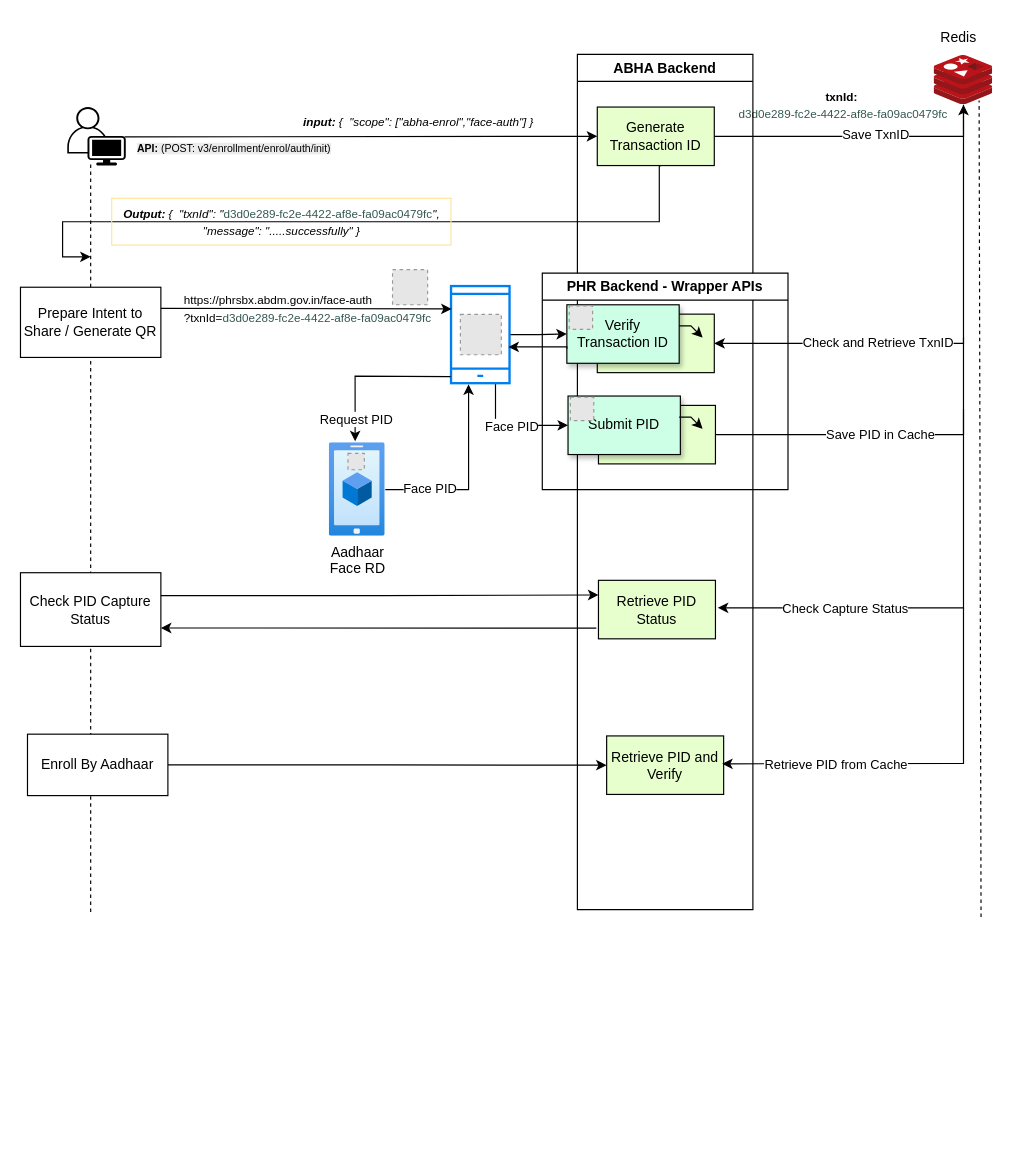
This is Face_auth_without_pid_workflow.drawio from maddy23285/policies, a draw.io file, before an edit. Source tidied: cells renumbered, new cells numbered last; positions are measured from the earlier drawing's top-left corner, leaving out a move shared by most shapes. Both pictures are drawn from the tidied source at 117%, with x=0, y=0 at pixel (20, 20). Pictures stored in the file or linked from it are replaced by grey dashed boxes.
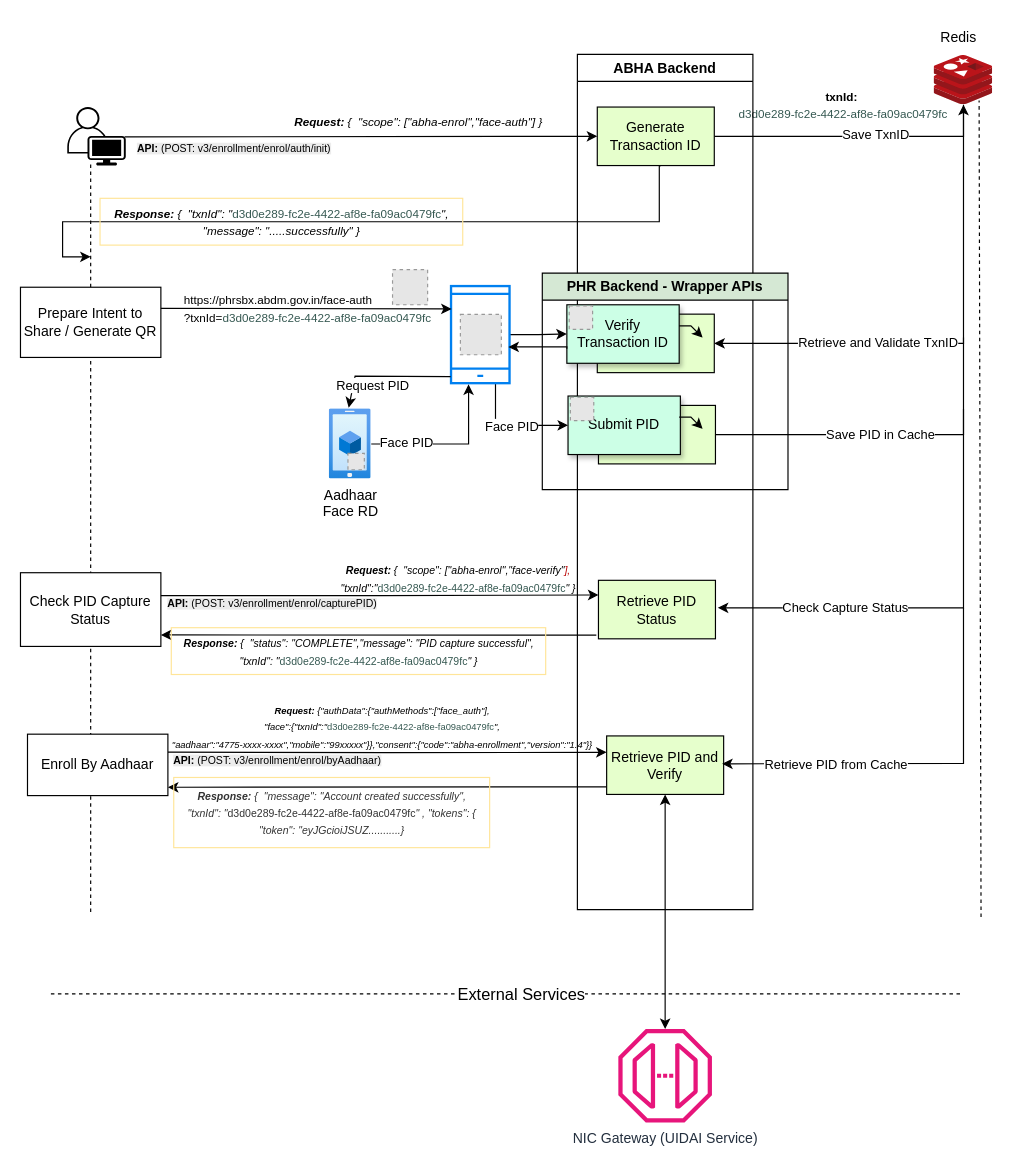
After the change.

The change refers to these unchanged cells:
```xml
<mxCell id="11" style="edgeStyle=orthogonalEdgeStyle;rounded=0;jettySize=auto;html=1;entryX=1;entryY=0.5;entryDx=0;entryDy=0;" parent="1" edge="1" source="13" target="29">
  <mxGeometry relative="1" as="geometry">
    <Array as="points">
      <mxPoint x="806" y="276" />
    </Array>
  </mxGeometry>
</mxCell>
<mxCell id="26" value="Retrieve PID Status" style="rounded=0;whiteSpace=wrap;html=1;fillColor=#E6FFCC;" parent="25" vertex="1">
  <mxGeometry x="18" y="449.5" width="100" height="50" as="geometry" />
</mxCell>
<mxCell id="27" value="Retrieve PID and Verify" style="rounded=0;whiteSpace=wrap;html=1;fillColor=#E6FFCC;" parent="25" vertex="1">
  <mxGeometry x="25" y="582.5" width="100" height="50" as="geometry" />
</mxCell>
<mxCell id="41" style="endArrow=classic;html=1;rounded=0;entryX=0.461;entryY=-0.017;entryDx=0;entryDy=0;entryPerimeter=0;exitX=-0.007;exitY=0.932;exitDx=0;exitDy=0;exitPerimeter=0;" parent="1" edge="1" source="21" target="38">
  <mxGeometry relative="1" as="geometry">
    <Array as="points">
      <mxPoint x="286" y="304" />
    </Array>
  </mxGeometry>
</mxCell>
<mxCell id="49" value="Check PID Capture Status" style="rounded=0;whiteSpace=wrap;html=1;" parent="1" vertex="1">
  <mxGeometry y="472" width="120" height="63" as="geometry" />
</mxCell>
<mxCell id="50" style="endArrow=classic;html=1;rounded=0;" parent="1" edge="1">
  <mxGeometry relative="1" as="geometry">
    <mxPoint x="806" y="332" as="sourcePoint" />
    <mxPoint x="596" y="502" as="targetPoint" />
    <Array as="points">
      <mxPoint x="806" y="502" />
    </Array>
  </mxGeometry>
</mxCell>
<mxCell id="56" value="Enroll By Aadhaar" style="rounded=0;whiteSpace=wrap;html=1;" parent="1" vertex="1">
  <mxGeometry x="6" y="610" width="120" height="52.5" as="geometry" />
</mxCell>
```

What changed in the source:
```diff
@@
-    <mxCell id="9" value="&lt;div&gt;&lt;i&gt;&lt;font size=&quot;1&quot;&gt;&lt;b&gt;input:&lt;/b&gt; {&amp;nbsp;&amp;nbsp;&lt;/font&gt;&lt;span style=&quot;font-size: x-small; background-color: transparent; color: light-dark(rgb(0, 0, 0), rgb(255, 255, 255));&quot;&gt;&quot;scope&quot;: [&lt;/span&gt;&lt;span style=&quot;font-size: x-small; background-color: transparent; color: light-dark(rgb(0, 0, 0), rgb(255, 255, 255));&quot;&gt;&quot;abha-enrol&quot;,&lt;/span&gt;&lt;span style=&quot;font-size: x-small; background-color: transparent; color: light-dark(rgb(0, 0, 0), rgb(255, 255, 255));&quot;&gt;&quot;face-auth&quot;&lt;/span&gt;&lt;span style=&quot;font-size: x-small; background-color: transparent; color: light-dark(rgb(0, 0, 0), rgb(255, 255, 255));&quot;&gt;]&amp;nbsp;&lt;/span&gt;&lt;span style=&quot;font-size: x-small; background-color: transparent; color: light-dark(rgb(0, 0, 0), rgb(255, 255, 255));&quot;&gt;}&lt;/span&gt;&lt;/i&gt;&lt;/div&gt;" style="text;html=1;align=center;verticalAlign=middle;strokeColor=none;fillColor=none;" parent="1" vertex="1">
-      <mxGeometry x="230" y="72" width="220" height="30" as="geometry" />
+    <mxCell id="9" value="&lt;div&gt;&lt;i&gt;&lt;font size=&quot;1&quot;&gt;&lt;b&gt;Request:&lt;/b&gt; {&amp;nbsp;&amp;nbsp;&lt;/font&gt;&lt;span style=&quot;font-size: x-small; background-color: transparent; color: light-dark(rgb(0, 0, 0), rgb(255, 255, 255));&quot;&gt;&quot;scope&quot;: [&lt;/span&gt;&lt;span style=&quot;font-size: x-small; background-color: transparent; color: light-dark(rgb(0, 0, 0), rgb(255, 255, 255));&quot;&gt;&quot;abha-enrol&quot;,&lt;/span&gt;&lt;span style=&quot;font-size: x-small; background-color: transparent; color: light-dark(rgb(0, 0, 0), rgb(255, 255, 255));&quot;&gt;&quot;face-auth&quot;&lt;/span&gt;&lt;span style=&quot;font-size: x-small; background-color: transparent; color: light-dark(rgb(0, 0, 0), rgb(255, 255, 255));&quot;&gt;]&amp;nbsp;&lt;/span&gt;&lt;span style=&quot;font-size: x-small; background-color: transparent; color: light-dark(rgb(0, 0, 0), rgb(255, 255, 255));&quot;&gt;}&lt;/span&gt;&lt;/i&gt;&lt;/div&gt;" style="text;html=1;align=center;verticalAlign=middle;strokeColor=none;fillColor=none;" parent="1" vertex="1">
+      <mxGeometry x="220" y="72" width="240" height="30" as="geometry" />
     </mxCell>
@@
-    <mxCell id="12" value="Check and Retrieve TxnID" style="edgeLabel;html=1;align=center;verticalAlign=middle;" parent="11" vertex="1">
+    <mxCell id="12" value="Retrieve and Validate TxnID" style="edgeLabel;html=1;align=center;verticalAlign=middle;" parent="11" vertex="1">
       <mxGeometry x="0.52" y="-1" relative="1" as="geometry">
         <mxPoint x="39" as="offset" />
       </mxGeometry>
     </mxCell>
@@
-    <mxCell id="28" value="PHR Backend - Wrapper APIs" style="swimlane;whiteSpace=wrap;html=1;" parent="1" vertex="1">
+    <mxCell id="28" value="PHR Backend - Wrapper APIs" style="swimlane;whiteSpace=wrap;html=1;fillColor=#D5E8D4;" parent="1" vertex="1">
       <mxGeometry x="446" y="216" width="210" height="185" as="geometry" />
     </mxCell>
@@
     <mxCell id="38" value="Aadhaar &lt;br&gt;Face RD" style="image;html=1;points=[];align=center;fontSize=12;image=img/lib/azure2/general/Mobile.svg;" parent="1" vertex="1">
-      <mxGeometry x="264" y="361" width="47.8" height="80" as="geometry" />
+      <mxGeometry x="264" y="332" width="35.8" height="60" as="geometry" />
     </mxCell>
@@
     <mxCell id="42" value="Request PID" style="edgeLabel;html=1;align=center;verticalAlign=middle;" parent="41" vertex="1">
       <mxGeometry x="0.01" y="5" relative="1" as="geometry">
-        <mxPoint x="-12" y="31" as="offset" />
+        <mxPoint x="-12" y="2" as="offset" />
       </mxGeometry>
     </mxCell>
@@
-    <mxCell id="47" value="&lt;div&gt;&lt;i&gt;&lt;font size=&quot;1&quot;&gt;&lt;b&gt;Output:&lt;/b&gt; {&amp;nbsp;&amp;nbsp;&lt;/font&gt;&lt;span style=&quot;font-size: x-small; background-color: transparent; color: light-dark(rgb(0, 0, 0), rgb(255, 255, 255));&quot;&gt;&quot;txnId&quot;: &lt;/span&gt;&lt;span style=&quot;font-size: x-small; background-color: transparent; color: light-dark(rgb(0, 0, 0), rgb(255, 255, 255));&quot;&gt;&quot;&lt;/span&gt;&lt;/i&gt;&lt;span style=&quot;font-size: x-small; background-color: transparent;&quot;&gt;&lt;font style=&quot;color: light-dark(rgb(53, 88, 81), rgb(255, 255, 255));&quot;&gt;d3d0e289-fc2e-4422-af8e-fa09ac0479fc&lt;/font&gt;&lt;/span&gt;&lt;i style=&quot;background-color: transparent; color: light-dark(rgb(0, 0, 0), rgb(255, 255, 255));&quot;&gt;&lt;span style=&quot;font-size: x-small; background-color: transparent; color: light-dark(rgb(0, 0, 0), rgb(255, 255, 255));&quot;&gt;&quot;,&lt;br&gt;&lt;/span&gt;&lt;span style=&quot;font-size: x-small; background-color: transparent; color: light-dark(rgb(0, 0, 0), rgb(255, 255, 255));&quot;&gt;&quot;message&quot;: &quot;.....successfully&quot;&lt;/span&gt;&lt;span style=&quot;font-size: x-small; background-color: transparent; color: light-dark(rgb(0, 0, 0), rgb(255, 255, 255));&quot;&gt;&amp;nbsp;&lt;/span&gt;&lt;span style=&quot;font-size: x-small; background-color: transparent; color: light-dark(rgb(0, 0, 0), rgb(255, 255, 255));&quot;&gt;}&lt;/span&gt;&lt;/i&gt;&lt;/div&gt;" style="text;html=1;align=center;verticalAlign=middle;strokeColor=#FFE599;fillColor=none;" parent="1" vertex="1">
-      <mxGeometry x="78" y="152" width="290" height="40" as="geometry" />
+    <mxCell id="47" value="&lt;div&gt;&lt;i&gt;&lt;font size=&quot;1&quot;&gt;&lt;b&gt;Response:&lt;/b&gt; {&amp;nbsp;&amp;nbsp;&lt;/font&gt;&lt;span style=&quot;font-size: x-small; background-color: transparent; color: light-dark(rgb(0, 0, 0), rgb(255, 255, 255));&quot;&gt;&quot;txnId&quot;: &lt;/span&gt;&lt;span style=&quot;font-size: x-small; background-color: transparent; color: light-dark(rgb(0, 0, 0), rgb(255, 255, 255));&quot;&gt;&quot;&lt;/span&gt;&lt;/i&gt;&lt;span style=&quot;font-size: x-small; background-color: transparent;&quot;&gt;&lt;font style=&quot;color: light-dark(rgb(53, 88, 81), rgb(255, 255, 255));&quot;&gt;d3d0e289-fc2e-4422-af8e-fa09ac0479fc&lt;/font&gt;&lt;/span&gt;&lt;i style=&quot;background-color: transparent; color: light-dark(rgb(0, 0, 0), rgb(255, 255, 255));&quot;&gt;&lt;span style=&quot;font-size: x-small; background-color: transparent; color: light-dark(rgb(0, 0, 0), rgb(255, 255, 255));&quot;&gt;&quot;,&lt;br&gt;&lt;/span&gt;&lt;span style=&quot;font-size: x-small; background-color: transparent; color: light-dark(rgb(0, 0, 0), rgb(255, 255, 255));&quot;&gt;&quot;message&quot;: &quot;.....successfully&quot;&lt;/span&gt;&lt;span style=&quot;font-size: x-small; background-color: transparent; color: light-dark(rgb(0, 0, 0), rgb(255, 255, 255));&quot;&gt;&amp;nbsp;&lt;/span&gt;&lt;span style=&quot;font-size: x-small; background-color: transparent; color: light-dark(rgb(0, 0, 0), rgb(255, 255, 255));&quot;&gt;}&lt;/span&gt;&lt;/i&gt;&lt;/div&gt;" style="text;html=1;align=center;verticalAlign=middle;strokeColor=#FFE599;fillColor=none;" parent="1" vertex="1">
+      <mxGeometry x="68" y="152" width="310" height="40" as="geometry" />
     </mxCell>
@@
     <mxCell id="51" value="Check Capture Status" style="edgeLabel;html=1;align=center;verticalAlign=middle;" parent="50" vertex="1">
-      <mxGeometry x="0.43" relative="1" as="geometry" />
+      <mxGeometry x="0.43" relative="1" as="geometry">
+        <mxPoint y="-1" as="offset" />
+      </mxGeometry>
     </mxCell>
-    <mxCell id="52" style="endArrow=classic;html=1;rounded=0;entryX=1;entryY=0.75;entryDx=0;entryDy=0;exitX=-0.018;exitY=0.817;exitDx=0;exitDy=0;exitPerimeter=0;" parent="1" edge="1" source="26" target="49">
-      <mxGeometry relative="1" as="geometry" />
+    <mxCell id="52" style="endArrow=classic;html=1;rounded=0;entryX=1;entryY=0.75;entryDx=0;entryDy=0;exitX=-0.018;exitY=0.817;exitDx=0;exitDy=0;exitPerimeter=0;" parent="1" edge="1">
+      <mxGeometry relative="1" as="geometry">
+        <mxPoint x="492.2" y="525.4" as="sourcePoint" />
+        <mxPoint x="120" y="525.2" as="targetPoint" />
+      </mxGeometry>
     </mxCell>
@@
-    <mxCell id="55" style="edgeStyle=orthogonalEdgeStyle;rounded=0;jettySize=auto;html=1;entryX=0;entryY=0.5;entryDx=0;entryDy=0;" parent="1" edge="1" source="56" target="27">
-      <mxGeometry relative="1" as="geometry" />
+    <mxCell id="55" style="edgeStyle=orthogonalEdgeStyle;rounded=0;orthogonalLoop=1;jettySize=auto;html=1;entryX=0;entryY=0.5;entryDx=0;entryDy=0;" parent="1" edge="1">
+      <mxGeometry relative="1" as="geometry">
+        <mxPoint x="126" y="625.3" as="sourcePoint" />
+        <mxPoint x="501" y="625.5" as="targetPoint" />
+      </mxGeometry>
     </mxCell>
@@
+    <mxCell id="57" style="endArrow=none;dashed=1;html=1;rounded=0;" parent="1" edge="1">
+      <mxGeometry relative="1" as="geometry">
+        <mxPoint x="26" y="832" as="sourcePoint" />
+        <mxPoint x="806" y="832" as="targetPoint" />
+      </mxGeometry>
+    </mxCell>
+    <mxCell id="58" value="&lt;font style=&quot;font-size: 14px;&quot;&gt;External Services&lt;/font&gt;" style="edgeLabel;html=1;align=center;verticalAlign=middle;" parent="57" vertex="1">
+      <mxGeometry x="0.03" y="-1" relative="1" as="geometry">
+        <mxPoint y="-1" as="offset" />
+      </mxGeometry>
+    </mxCell>
+    <mxCell id="59" value="NIC Gateway (UIDAI Service)" style="sketch=0;outlineConnect=0;fontColor=#232F3E;gradientColor=none;fillColor=#E7157B;strokeColor=none;dashed=0;verticalLabelPosition=bottom;verticalAlign=top;align=center;html=1;fontSize=12;fontStyle=0;shape=mxgraph.aws4.endpoint;" parent="1" vertex="1">
+      <mxGeometry x="511" y="862" width="80" height="80" as="geometry" />
+    </mxCell>
+    <mxCell id="60" style="endArrow=classic;startArrow=classic;html=1;rounded=0;entryX=0.5;entryY=1;entryDx=0;entryDy=0;" parent="1" edge="1" source="59" target="27">
+      <mxGeometry relative="1" as="geometry" />
+    </mxCell>
+    <mxCell id="61" style="endArrow=classic;html=1;rounded=0;entryX=1;entryY=0.75;entryDx=0;entryDy=0;exitX=0;exitY=0.75;exitDx=0;exitDy=0;" parent="1" edge="1">
+      <mxGeometry relative="1" as="geometry">
+        <mxPoint x="501" y="655" as="sourcePoint" />
+        <mxPoint x="126" y="655.4" as="targetPoint" />
+      </mxGeometry>
+    </mxCell>
+    <mxCell id="62" value="&lt;span style=&quot;color: rgb(0, 0, 0); font-family: Helvetica; font-size: 9px; font-style: normal; font-variant-ligatures: normal; font-variant-caps: normal; letter-spacing: normal; orphans: 2; text-align: center; text-indent: 0px; text-transform: none; widows: 2; word-spacing: 0px; -webkit-text-stroke-width: 0px; white-space: nowrap; background-color: rgb(236, 236, 236); text-decoration-thickness: initial; text-decoration-style: initial; text-decoration-color: initial; float: none; display: inline !important;&quot;&gt;&lt;b&gt;API:&lt;/b&gt;&lt;/span&gt;&lt;span style=&quot;color: rgb(0, 0, 0); font-family: Helvetica; font-size: 9px; font-style: normal; font-variant-ligatures: normal; font-variant-caps: normal; font-weight: 400; letter-spacing: normal; orphans: 2; text-align: center; text-indent: 0px; text-transform: none; widows: 2; word-spacing: 0px; -webkit-text-stroke-width: 0px; white-space: nowrap; background-color: rgb(236, 236, 236); text-decoration-thickness: initial; text-decoration-style: initial; text-decoration-color: initial; float: none; display: inline !important;&quot;&gt; (POST: v3/enrollment/enrol/capturePID)&lt;/span&gt;" style="text;whiteSpace=wrap;html=1;" parent="1" vertex="1">
+      <mxGeometry x="124" y="484" width="151" height="24" as="geometry" />
+    </mxCell>
+    <mxCell id="63" value="&lt;div&gt;&lt;font style=&quot;font-size: 9px;&quot;&gt;&lt;i style=&quot;&quot;&gt;&lt;b style=&quot;&quot;&gt;Request:&lt;/b&gt; {&amp;nbsp;&amp;nbsp;&lt;span style=&quot;background-color: transparent; color: light-dark(rgb(0, 0, 0), rgb(255, 255, 255));&quot;&gt;&quot;scope&quot;: [&lt;/span&gt;&lt;span style=&quot;background-color: transparent; color: light-dark(rgb(0, 0, 0), rgb(255, 255, 255));&quot;&gt;&quot;abha-enrol&quot;,&lt;/span&gt;&lt;span style=&quot;background-color: transparent; color: light-dark(rgb(0, 0, 0), rgb(255, 255, 255));&quot;&gt;&quot;face-verify&quot;&lt;/span&gt;&lt;span style=&quot;background-color: transparent;&quot;&gt;&lt;font color=&quot;rgba(0, 0, 0, 0)&quot;&gt;],&lt;/font&gt;&lt;br&gt;&quot;txnId&quot;:&quot;&lt;/span&gt;&lt;/i&gt;&lt;span style=&quot;color: rgb(53, 88, 81); text-align: left; background-color: transparent;&quot;&gt;d3d0e289-fc2e-4422-af8e-fa09ac0479fc&lt;/span&gt;&lt;i style=&quot;background-color: transparent; color: light-dark(rgb(0, 0, 0), rgb(255, 255, 255));&quot;&gt;&lt;span style=&quot;background-color: transparent;&quot;&gt;&quot;&amp;nbsp;&lt;/span&gt;&lt;span style=&quot;background-color: transparent; color: light-dark(rgb(0, 0, 0), rgb(255, 255, 255));&quot;&gt;}&lt;/span&gt;&lt;/i&gt;&lt;/font&gt;&lt;/div&gt;" style="text;html=1;align=center;verticalAlign=middle;strokeColor=none;fillColor=none;" parent="1" vertex="1">
+      <mxGeometry x="264" y="457" width="220" height="40" as="geometry" />
+    </mxCell>
+    <mxCell id="64" value="&lt;div&gt;&lt;font style=&quot;font-size: 9px;&quot;&gt;&lt;i&gt;&lt;b style=&quot;&quot;&gt;Response:&lt;/b&gt; {&amp;nbsp;&amp;nbsp;&lt;/i&gt;&lt;/font&gt;&lt;i style=&quot;background-color: transparent; color: light-dark(rgb(0, 0, 0), rgb(255, 255, 255)); font-size: 9px;&quot;&gt;&lt;span style=&quot;background-color: transparent; color: light-dark(rgb(0, 0, 0), rgb(255, 255, 255));&quot;&gt;&quot;status&quot;:&amp;nbsp;&lt;/span&gt;&lt;span style=&quot;background-color: transparent; color: light-dark(rgb(0, 0, 0), rgb(255, 255, 255));&quot;&gt;&quot;&lt;/span&gt;&lt;/i&gt;&lt;i style=&quot;color: light-dark(rgb(0, 0, 0), rgb(255, 255, 255)); background-color: transparent; font-size: 9px;&quot;&gt;COMPLETE&lt;/i&gt;&lt;i style=&quot;background-color: transparent; color: light-dark(rgb(0, 0, 0), rgb(255, 255, 255)); font-size: 9px;&quot;&gt;&quot;,&lt;/i&gt;&lt;i style=&quot;background-color: transparent; color: light-dark(rgb(0, 0, 0), rgb(255, 255, 255)); font-size: 9px;&quot;&gt;&quot;message&quot;: &quot;PID capture successful&quot;,&lt;br&gt;&lt;/i&gt;&lt;i style=&quot;background-color: transparent; color: light-dark(rgb(0, 0, 0), rgb(255, 255, 255)); font-size: 9px;&quot;&gt;&lt;span style=&quot;background-color: transparent; color: light-dark(rgb(0, 0, 0), rgb(255, 255, 255));&quot;&gt;&quot;txnId&quot;: &lt;/span&gt;&lt;span style=&quot;background-color: transparent; color: light-dark(rgb(0, 0, 0), rgb(255, 255, 255));&quot;&gt;&quot;&lt;/span&gt;&lt;/i&gt;&lt;span style=&quot;background-color: transparent; color: light-dark(rgb(0, 0, 0), rgb(255, 255, 255)); font-size: 9px;&quot;&gt;&lt;font style=&quot;color: light-dark(rgb(53, 88, 81), rgb(255, 255, 255));&quot;&gt;d3d0e289-fc2e-4422-af8e-fa09ac0479fc&lt;/font&gt;&lt;/span&gt;&lt;i style=&quot;background-color: transparent; color: light-dark(rgb(0, 0, 0), rgb(255, 255, 255)); font-size: 9px;&quot;&gt;&lt;span style=&quot;background-color: transparent; color: light-dark(rgb(0, 0, 0), rgb(255, 255, 255));&quot;&gt;&quot;&lt;/span&gt;&lt;/i&gt;&lt;i style=&quot;font-size: 9px; background-color: transparent; color: light-dark(rgb(0, 0, 0), rgb(255, 255, 255));&quot;&gt;&lt;span style=&quot;background-color: transparent; color: light-dark(rgb(0, 0, 0), rgb(255, 255, 255));&quot;&gt;&amp;nbsp;&lt;/span&gt;&lt;span style=&quot;background-color: transparent; color: light-dark(rgb(0, 0, 0), rgb(255, 255, 255));&quot;&gt;}&lt;/span&gt;&lt;/i&gt;&lt;/div&gt;" style="text;html=1;align=center;verticalAlign=middle;strokeColor=#FFE599;fillColor=none;" parent="1" vertex="1">
+      <mxGeometry x="128.9" y="519" width="320" height="40" as="geometry" />
+    </mxCell>
+    <mxCell id="65" value="&lt;div&gt;&lt;font style=&quot;font-size: 8px;&quot;&gt;&lt;font style=&quot;&quot;&gt;&lt;i style=&quot;&quot;&gt;&lt;b style=&quot;&quot;&gt;Request:&lt;/b&gt;&amp;nbsp;&lt;/i&gt;&lt;/font&gt;&lt;span style=&quot;background-color: transparent;&quot;&gt;&lt;i style=&quot;&quot;&gt;{&quot;authData&quot;:{&quot;authMethods&quot;:[&quot;face_auth&quot;],&lt;br&gt;&quot;face&quot;:{&quot;txnId&quot;:&quot;&lt;/i&gt;&lt;/span&gt;&lt;span style=&quot;color: rgb(53, 88, 81);&quot;&gt;d3d0e289-fc2e-4422-af8e-fa09ac0479fc&lt;/span&gt;&lt;span style=&quot;background-color: transparent;&quot;&gt;&lt;i style=&quot;&quot;&gt;&quot;,&lt;br&gt;&quot;aadhaar&quot;:&quot;4775-xxxx-xxxx&quot;,&quot;mobile&quot;:&quot;99xxxxx&quot;}},&quot;consent&quot;:{&quot;code&quot;:&quot;abha-enrollment&quot;,&quot;version&quot;:&quot;1.4&quot;}}&lt;/i&gt;&lt;/span&gt;&lt;/font&gt;&lt;/div&gt;" style="text;html=1;align=center;verticalAlign=middle;strokeColor=none;fillColor=none;" parent="1" vertex="1">
+      <mxGeometry x="119" y="573" width="380" height="60" as="geometry" />
+    </mxCell>
+    <mxCell id="66" value="&lt;span style=&quot;color: rgb(0, 0, 0); font-family: Helvetica; font-size: 9px; font-style: normal; font-variant-ligatures: normal; font-variant-caps: normal; letter-spacing: normal; orphans: 2; text-align: center; text-indent: 0px; text-transform: none; widows: 2; word-spacing: 0px; -webkit-text-stroke-width: 0px; white-space: nowrap; background-color: rgb(236, 236, 236); text-decoration-thickness: initial; text-decoration-style: initial; text-decoration-color: initial; float: none; display: inline !important;&quot;&gt;&lt;b&gt;API:&lt;/b&gt;&lt;/span&gt;&lt;span style=&quot;color: rgb(0, 0, 0); font-family: Helvetica; font-size: 9px; font-style: normal; font-variant-ligatures: normal; font-variant-caps: normal; font-weight: 400; letter-spacing: normal; orphans: 2; text-align: center; text-indent: 0px; text-transform: none; widows: 2; word-spacing: 0px; -webkit-text-stroke-width: 0px; white-space: nowrap; background-color: rgb(236, 236, 236); text-decoration-thickness: initial; text-decoration-style: initial; text-decoration-color: initial; float: none; display: inline !important;&quot;&gt; (POST: v3/enrollment/enrol/byAadhaar)&lt;/span&gt;" style="text;whiteSpace=wrap;html=1;" parent="1" vertex="1">
+      <mxGeometry x="128.9" y="618" width="151" height="24" as="geometry" />
+    </mxCell>
+    <mxCell id="67" value="&lt;div&gt;&lt;font style=&quot;color: rgb(51, 51, 51); font-size: 9px;&quot;&gt;&lt;font style=&quot;&quot;&gt;&lt;i style=&quot;&quot;&gt;&lt;b style=&quot;&quot;&gt;Response:&lt;/b&gt; {&amp;nbsp;&amp;nbsp;&lt;/i&gt;&lt;/font&gt;&lt;i style=&quot;background-color: transparent;&quot;&gt;&quot;message&quot;: &quot;Account created successfully&quot;,&lt;br&gt;&lt;/i&gt;&lt;i style=&quot;background-color: transparent;&quot;&gt;&lt;span style=&quot;background-color: transparent;&quot;&gt;&quot;txnId&quot;: &lt;/span&gt;&lt;span style=&quot;background-color: transparent;&quot;&gt;&quot;&lt;/span&gt;&lt;/i&gt;&lt;span style=&quot;background-color: transparent;&quot;&gt;&lt;span style=&quot;background-color: transparent;&quot;&gt;&lt;font&gt;d3d0e289-fc2e-4422-af8e-fa09ac0479fc&lt;/font&gt;&lt;i&gt;&quot;&lt;/i&gt;&lt;/span&gt;&lt;/span&gt;&lt;i style=&quot;background-color: transparent;&quot;&gt;&lt;span style=&quot;background-color: transparent;&quot;&gt;&amp;nbsp;, &quot;tokens&quot;: {&lt;br&gt;&lt;/span&gt;&lt;span style=&quot;background-color: transparent;&quot;&gt;&quot;token&quot;: &quot;eyJGcioiJSUZ...........}&lt;/span&gt;&lt;/i&gt;&lt;/font&gt;&lt;/div&gt;" style="text;html=1;align=center;verticalAlign=middle;strokeColor=#FFE599;fillColor=none;" parent="1" vertex="1">
+      <mxGeometry x="131" y="647" width="270" height="60" as="geometry" />
+    </mxCell>
```
